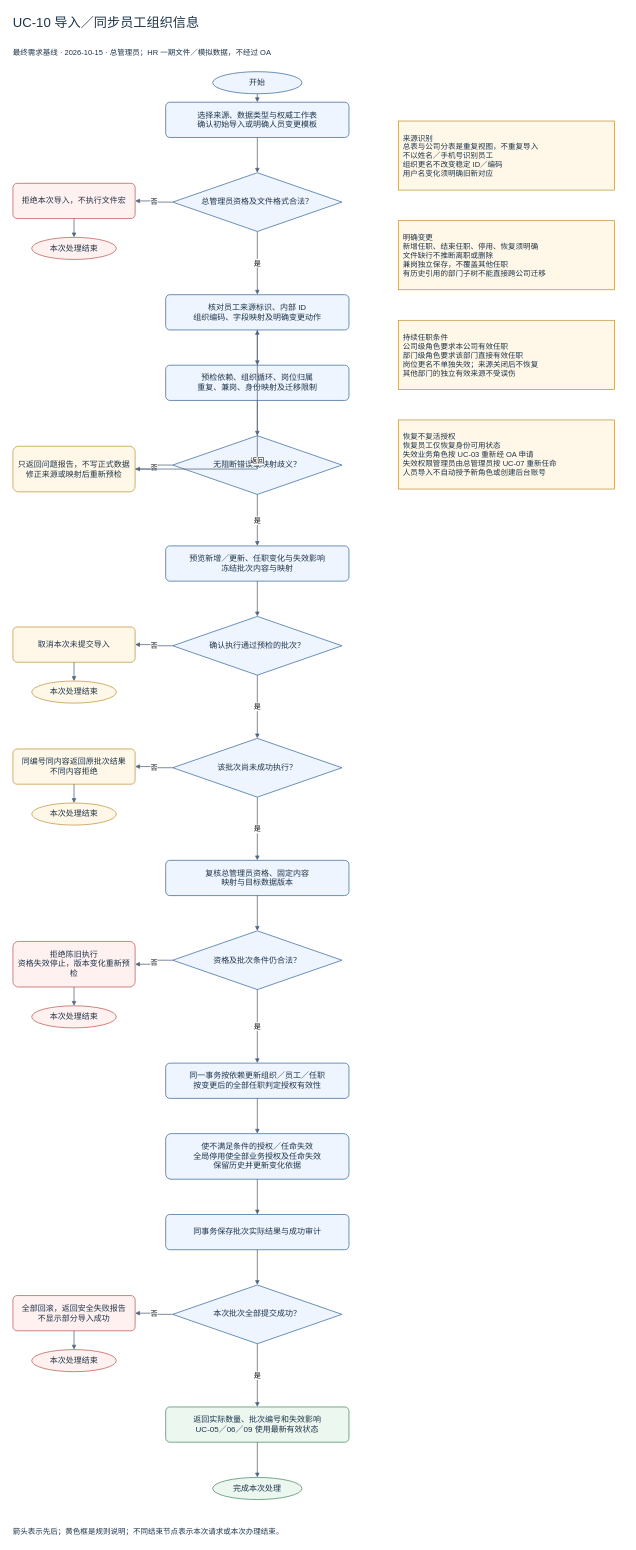
Earlier version of the draw.io diagram page "UC-10 导入／同步员工组织信息" (1 of 2) of docs/01-requirements/flows-v1/UC-10_导入／同步员工组织信息_流程图.drawio (Noah-hope/RBAC-admin). Source tidied: cells renumbered, new cells numbered last; positions are measured from the earlier drawing's top-left corner, leaving out a move shared by most shapes. Both pictures are drawn from the tidied source at 47%, with x=0, y=0 at pixel (8, 8).
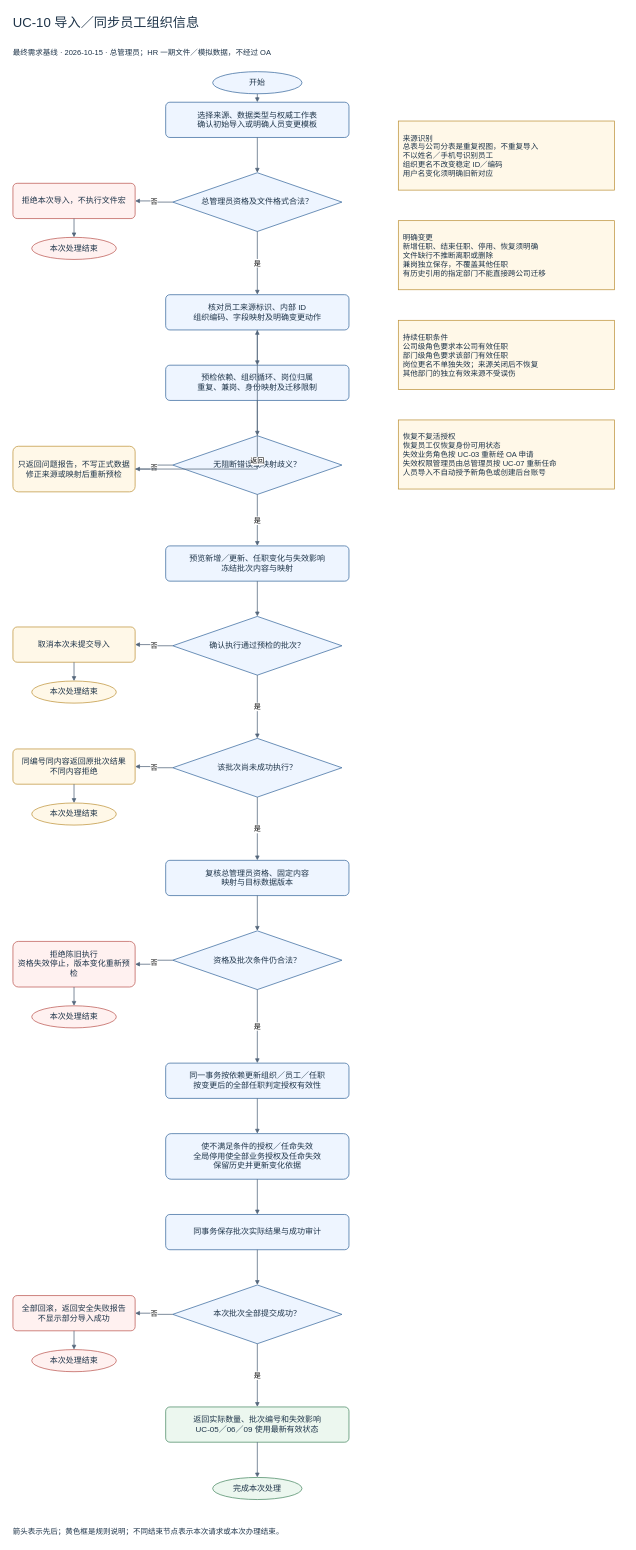
The same diagram, later.

Change to the diagram source:
```diff
@@
-    <mxCell id="33" value="明确变更&lt;br&gt;新增任职、结束任职、停用、恢复须明确&lt;br&gt;文件缺行不推断离职或删除&lt;br&gt;兼岗独立保存，不覆盖其他任职&lt;br&gt;有历史引用的部门子树不能直接跨公司迁移" style="rounded=0;html=1;whiteSpace=wrap;fontFamily=Microsoft YaHei;fontSize=17;fontColor=#1e3449;align=center;verticalAlign=middle;spacing=10;fillColor=#fff8e8;strokeColor=#bc9036;strokeWidth=1.5;align=left;fontSize=16;" parent="1" vertex="1">
+    <mxCell id="33" value="明确变更&lt;br&gt;新增任职、结束任职、停用、恢复须明确&lt;br&gt;文件缺行不推断离职或删除&lt;br&gt;兼岗独立保存，不覆盖其他任职&lt;br&gt;有历史引用的指定部门不能直接跨公司迁移" style="rounded=0;html=1;whiteSpace=wrap;fontFamily=Microsoft YaHei;fontSize=17;fontColor=#1e3449;align=center;verticalAlign=middle;spacing=10;fillColor=#fff8e8;strokeColor=#bc9036;strokeWidth=1.5;align=left;fontSize=16;" parent="1" vertex="1">
       <mxGeometry x="830" y="452" width="460" height="147" as="geometry" />
     </mxCell>
-    <mxCell id="34" value="持续任职条件&lt;br&gt;公司级角色要求本公司有效任职&lt;br&gt;部门级角色要求该部门直接有效任职&lt;br&gt;岗位更名不单独失效；来源关闭后不恢复&lt;br&gt;其他部门的独立有效来源不受误伤" style="rounded=0;html=1;whiteSpace=wrap;fontFamily=Microsoft YaHei;fontSize=17;fontColor=#1e3449;align=center;verticalAlign=middle;spacing=10;fillColor=#fff8e8;strokeColor=#bc9036;strokeWidth=1.5;align=left;fontSize=16;" parent="1" vertex="1">
+    <mxCell id="34" value="持续任职条件&lt;br&gt;公司级角色要求本公司有效任职&lt;br&gt;部门级角色要求该部门有效任职&lt;br&gt;岗位更名不单独失效；来源关闭后不恢复&lt;br&gt;其他部门的独立有效来源不受误伤" style="rounded=0;html=1;whiteSpace=wrap;fontFamily=Microsoft YaHei;fontSize=17;fontColor=#1e3449;align=center;verticalAlign=middle;spacing=10;fillColor=#fff8e8;strokeColor=#bc9036;strokeWidth=1.5;align=left;fontSize=16;" parent="1" vertex="1">
       <mxGeometry x="830" y="664" width="460" height="147" as="geometry" />
     </mxCell>
```
